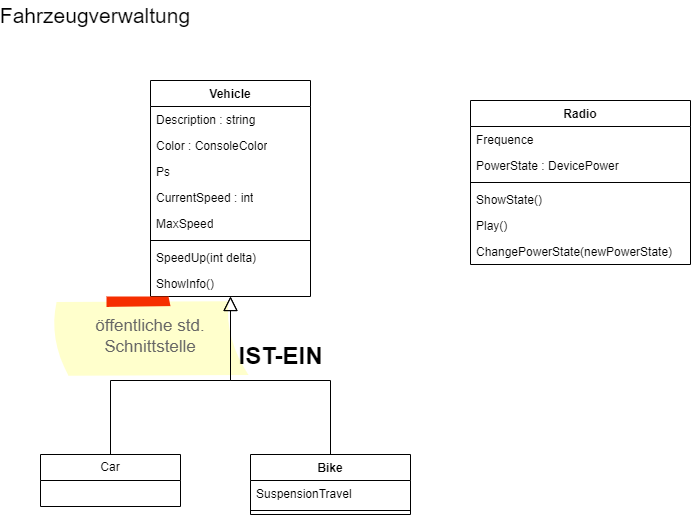
This is src/20231109/Classdiagram_VehicelAndRadio.drawio.png from atillakati/sw_developer_2023_trainer, a draw.io export, as it was before one commit. Source tidied: cells renumbered, new cells last; positions are measured from the earlier drawing's top-left corner, leaving out a move shared by most shapes.
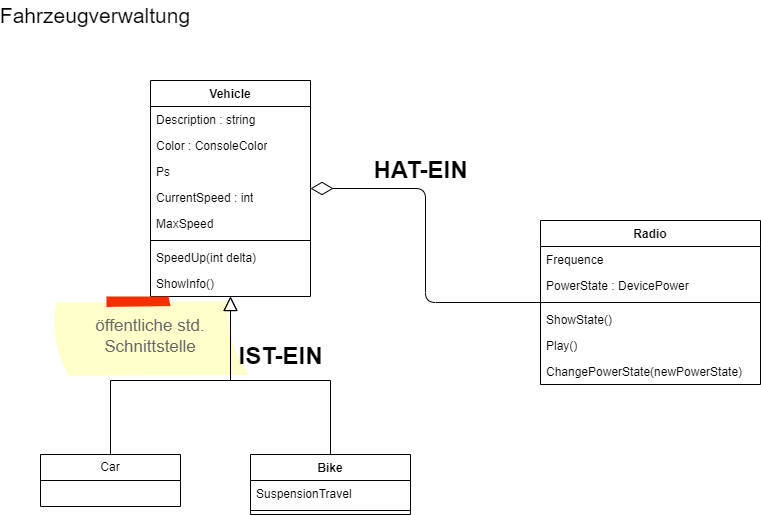
Above is the later version.

What changed in the source:
```diff
@@ -2,6 +2,9 @@
   <root>
     <mxCell id="0" />
     <mxCell id="1" parent="0" />
+    <mxCell id="27" style="edgeStyle=orthogonalEdgeStyle;html=1;endArrow=none;endFill=0;startArrow=diamondThin;startFill=0;startSize=20;" parent="1" edge="1" source="2" target="20">
+      <mxGeometry relative="1" as="geometry" />
+    </mxCell>
     <mxCell id="2" value="Vehicle" style="swimlane;fontStyle=1;align=center;verticalAlign=top;horizontal=1;startSize=26;whiteSpace=wrap;html=1;" parent="1" vertex="1">
       <mxGeometry x="130" y="80" width="160" height="216" as="geometry" />
     </mxCell>
@@ -57,7 +60,7 @@
       <mxGeometry x="20" y="454" width="140" height="52" as="geometry" />
     </mxCell>
     <mxCell id="20" value="Radio" style="swimlane;fontStyle=1;align=center;verticalAlign=top;horizontal=1;startSize=26;" parent="1" vertex="1">
-      <mxGeometry x="450" y="100" width="220" height="164" as="geometry" />
+      <mxGeometry x="520" y="220" width="220" height="164" as="geometry" />
     </mxCell>
     <mxCell id="21" value="Frequence" style="text;strokeColor=none;fillColor=none;align=left;verticalAlign=top;spacingLeft=4;spacingRight=4;overflow=hidden;" parent="20" vertex="1">
       <mxGeometry y="26" width="220" height="26" as="geometry" />
@@ -77,5 +80,8 @@
     <mxCell id="26" value="ChangePowerState(newPowerState)" style="text;strokeColor=none;fillColor=none;align=left;verticalAlign=top;spacingLeft=4;spacingRight=4;overflow=hidden;" parent="20" vertex="1">
       <mxGeometry y="138" width="220" height="26" as="geometry" />
     </mxCell>
+    <mxCell id="28" value="HAT-EIN" style="text;strokeColor=none;fillColor=none;html=1;fontSize=24;fontStyle=1;verticalAlign=middle;align=center;" parent="1" vertex="1">
+      <mxGeometry x="350" y="150" width="100" height="40" as="geometry" />
+    </mxCell>
   </root>
 </mxGraphModel>
```
